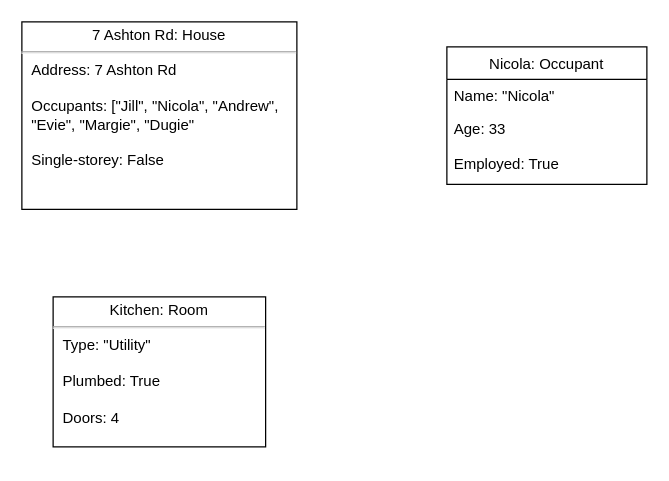
jilleatkins/pda_homework keeps this draw.io diagram as PDAObjectDiagram.drawio. Above is the earlier version. Source tidied: cells renumbered, new cells numbered last; positions are measured from the earlier drawing's top-left corner, leaving out a move shared by most shapes. Both pictures are drawn from the tidied source at 125%, with x=0, y=0 at pixel (21, 21).
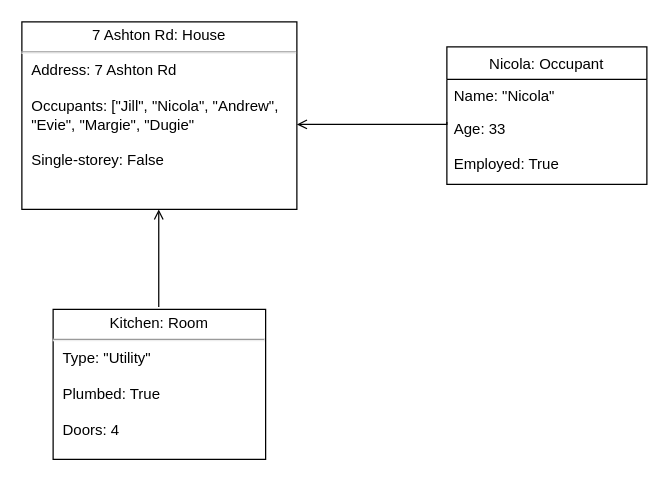
The same diagram, later.

Change to the diagram source:
```diff
@@
 <mxGraphModel>
   <root>
     <mxCell id="0" />
     <mxCell id="1" parent="0" />
     <mxCell id="2" value="&lt;p style=&quot;margin: 4px 0px 0px; text-align: center;&quot;&gt;7 Ashton Rd: House&lt;/p&gt;&lt;hr&gt;&lt;p style=&quot;margin:0px;margin-left:8px;&quot;&gt;Address: 7 Ashton Rd&lt;/p&gt;&lt;p style=&quot;margin:0px;margin-left:8px;&quot;&gt;&lt;br&gt;&lt;/p&gt;&lt;p style=&quot;margin:0px;margin-left:8px;&quot;&gt;Occupants: [&quot;Jill&quot;, &quot;Nicola&quot;,&amp;nbsp;&lt;span style=&quot;background-color: initial;&quot;&gt;&quot;Andrew&quot;,&amp;nbsp;&lt;/span&gt;&lt;/p&gt;&lt;p style=&quot;margin:0px;margin-left:8px;&quot;&gt;&lt;span style=&quot;background-color: initial;&quot;&gt;&quot;Evie&quot;, &quot;Margie&quot;,&amp;nbsp;&lt;/span&gt;&lt;span style=&quot;background-color: initial;&quot;&gt;&quot;Dugie&quot;&lt;/span&gt;&lt;/p&gt;&lt;p style=&quot;margin:0px;margin-left:8px;&quot;&gt;&lt;br&gt;&lt;/p&gt;&lt;p style=&quot;margin:0px;margin-left:8px;&quot;&gt;Single-storey: False&lt;/p&gt;" style="verticalAlign=top;align=left;overflow=fill;fontSize=12;fontFamily=Helvetica;html=1;" parent="1" vertex="1">
       <mxGeometry width="220" height="150" as="geometry" />
     </mxCell>
     <mxCell id="3" value="&lt;p style=&quot;margin: 4px 0px 0px; text-align: center;&quot;&gt;Kitchen: Room&lt;/p&gt;&lt;hr&gt;&lt;p style=&quot;margin:0px;margin-left:8px;&quot;&gt;Type: &quot;Utility&quot;&lt;/p&gt;&lt;p style=&quot;margin:0px;margin-left:8px;&quot;&gt;&lt;br&gt;&lt;/p&gt;&lt;p style=&quot;margin:0px;margin-left:8px;&quot;&gt;Plumbed: True&lt;/p&gt;&lt;p style=&quot;margin:0px;margin-left:8px;&quot;&gt;&lt;br&gt;&lt;/p&gt;&lt;p style=&quot;margin:0px;margin-left:8px;&quot;&gt;Doors: 4&lt;/p&gt;" style="verticalAlign=top;align=left;overflow=fill;fontSize=12;fontFamily=Helvetica;html=1;" parent="1" vertex="1">
-      <mxGeometry x="25" y="220" width="170" height="120" as="geometry" />
+      <mxGeometry x="25" y="230" width="170" height="120" as="geometry" />
     </mxCell>
     <mxCell id="4" value="Nicola: Occupant" style="swimlane;fontStyle=0;align=center;verticalAlign=top;horizontal=1;startSize=26;rounded=0;shadow=0;strokeWidth=1;" parent="1" vertex="1">
       <mxGeometry x="340" y="20" width="160" height="110" as="geometry" />
     </mxCell>
     <mxCell id="5" value="Name: &quot;Nicola&quot;" style="text;align=left;verticalAlign=top;spacingLeft=4;spacingRight=4;overflow=hidden;rounded=0;shadow=0;html=0;" parent="4" vertex="1">
       <mxGeometry y="26" width="160" height="26" as="geometry" />
     </mxCell>
     <mxCell id="6" value="Age: 33" style="text;align=left;verticalAlign=top;spacingLeft=4;spacingRight=4;overflow=hidden;rounded=0;shadow=0;html=0;" parent="4" vertex="1">
       <mxGeometry y="52" width="160" height="28" as="geometry" />
     </mxCell>
     <mxCell id="7" value="Employed: True" style="text;align=left;verticalAlign=top;spacingLeft=4;spacingRight=4;overflow=hidden;rounded=0;shadow=0;html=0;" parent="4" vertex="1">
       <mxGeometry y="80" width="160" height="30" as="geometry" />
     </mxCell>
+    <mxCell id="8" style="edgeStyle=orthogonalEdgeStyle;rounded=0;orthogonalLoop=1;jettySize=auto;html=1;endArrow=open;endFill=0;" parent="1" edge="1">
+      <mxGeometry relative="1" as="geometry">
+        <mxPoint x="109.5" y="228" as="sourcePoint" />
+        <mxPoint x="109.5" y="150" as="targetPoint" />
+        <Array as="points">
+          <mxPoint x="109.5" y="228" />
+          <mxPoint x="109.5" y="228" />
+        </Array>
+      </mxGeometry>
+    </mxCell>
+    <mxCell id="9" style="endArrow=open;shadow=0;strokeWidth=1;rounded=0;endFill=1;edgeStyle=elbowEdgeStyle;elbow=vertical;" parent="1" edge="1">
+      <mxGeometry x="0.5" y="41" relative="1" as="geometry">
+        <mxPoint x="340" y="80" as="sourcePoint" />
+        <mxPoint x="220" y="82" as="targetPoint" />
+        <Array as="points">
+          <mxPoint x="330" y="82" />
+          <mxPoint x="60" y="82" />
+          <mxPoint x="250" y="82" />
+        </Array>
+        <mxPoint x="-40" y="32" as="offset" />
+      </mxGeometry>
+    </mxCell>
   </root>
 </mxGraphModel>
```
